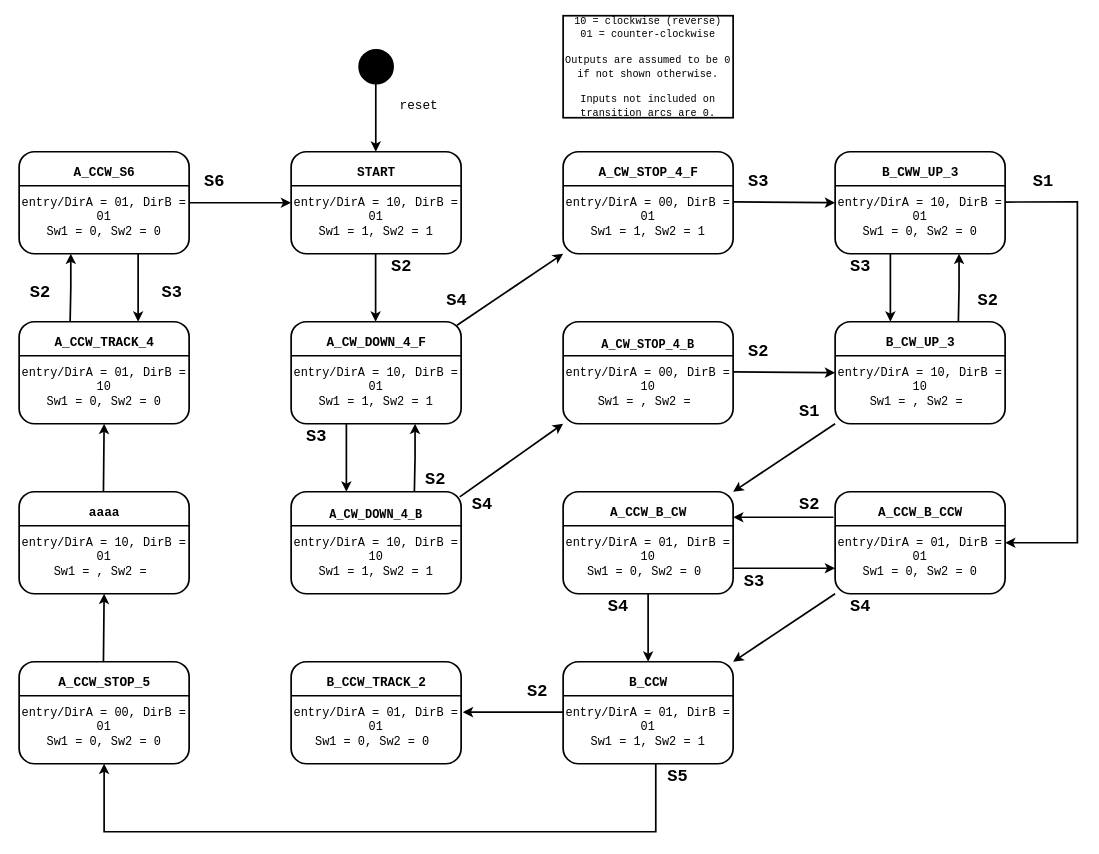
Before: page "Lab6PreLab" (4 of 4) of CS1301/Untitled Diagram.drawio in printjoshhere/CS1301, a draw.io diagram. Source tidied: cells renumbered, new cells numbered last; positions are measured from the earlier drawing's top-left corner, leaving out a move shared by most shapes. Both pictures are drawn from the tidied source at 85%, with x=0, y=0 at pixel (14, 15).
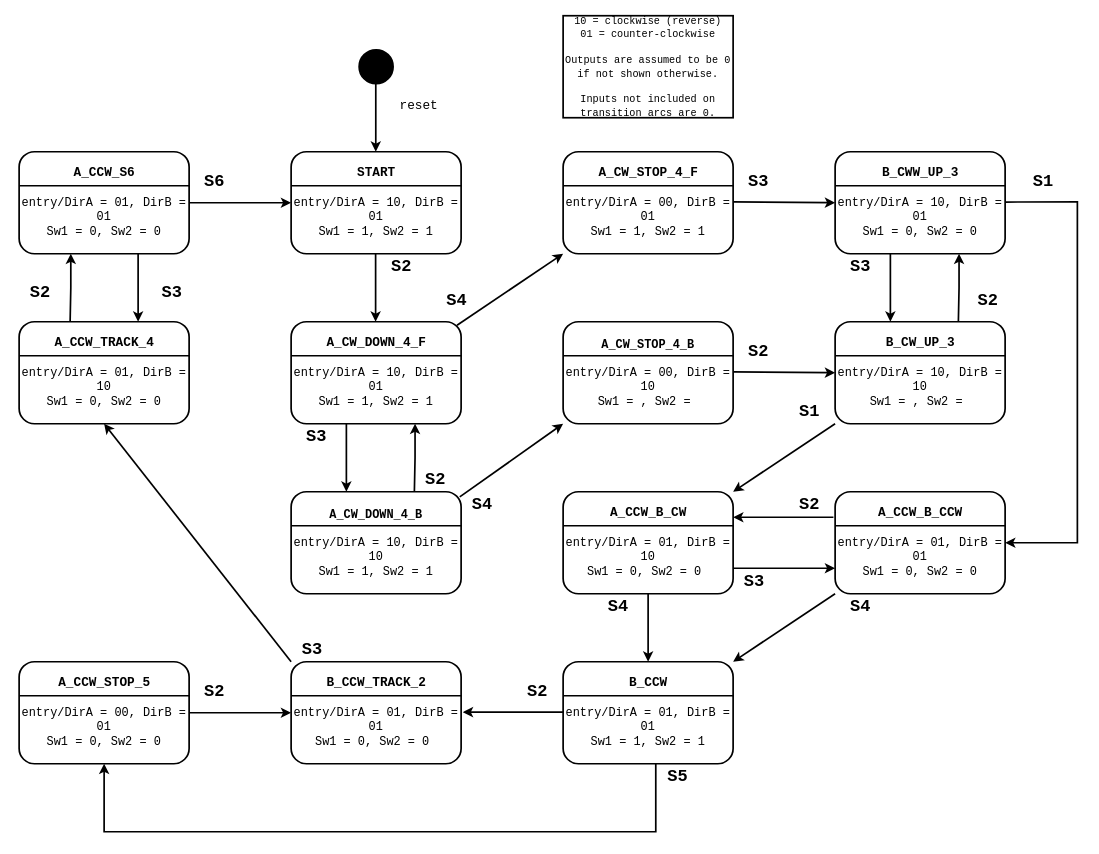
After the change.

Unchanged cells that the change refers to:
```xml
<mxCell id="15" value="&lt;font style=&quot;font-size: 14px;&quot; face=&quot;consolas&quot;&gt;&lt;br&gt;&lt;br&gt;&lt;br&gt;&lt;font style=&quot;font-size: 14px;&quot;&gt;entry/DirA = 01, DirB = 10&lt;/font&gt;&lt;br&gt;&lt;font style=&quot;font-size: 14px;&quot;&gt;Sw1 = 0, Sw2 = 0&lt;/font&gt;&lt;br&gt;&lt;span style=&quot;&quot;&gt;&amp;nbsp;&lt;/span&gt;&lt;/font&gt;" style="rounded=1;whiteSpace=wrap;html=1;strokeWidth=2;" parent="1" vertex="1">
  <mxGeometry x="5" y="360" width="200" height="120" as="geometry" />
</mxCell>
<mxCell id="24" value="&lt;font style=&quot;font-size: 14px;&quot; face=&quot;consolas&quot;&gt;&lt;br&gt;&lt;br&gt;&lt;br&gt;&lt;font style=&quot;font-size: 14px;&quot;&gt;entry/DirA = 01, DirB = 01&lt;/font&gt;&lt;br&gt;&lt;font style=&quot;font-size: 14px;&quot;&gt;Sw1 = 0, Sw2 = 0&amp;nbsp;&lt;/font&gt;&lt;br&gt;&lt;span style=&quot;&quot;&gt;&amp;nbsp;&lt;/span&gt;&lt;/font&gt;" style="rounded=1;whiteSpace=wrap;html=1;strokeWidth=2;" parent="1" vertex="1">
  <mxGeometry x="325" y="760" width="200" height="120" as="geometry" />
</mxCell>
```

Change to the diagram source:
```diff
@@
-    <mxCell id="21" value="&lt;font style=&quot;font-size: 14px;&quot; face=&quot;consolas&quot;&gt;&lt;br&gt;&lt;br&gt;&lt;br&gt;&lt;font style=&quot;font-size: 14px;&quot;&gt;entry/DirA = 10, DirB = 01&lt;/font&gt;&lt;br&gt;&lt;font style=&quot;font-size: 14px;&quot;&gt;Sw1 = , Sw2 =&amp;nbsp;&lt;/font&gt;&lt;br&gt;&lt;span style=&quot;&quot;&gt;&amp;nbsp;&lt;/span&gt;&lt;/font&gt;" style="rounded=1;whiteSpace=wrap;html=1;strokeWidth=2;" parent="1" vertex="1">
-      <mxGeometry x="5" y="560" width="200" height="120" as="geometry" />
-    </mxCell>
-    <mxCell id="22" style="endArrow=none;html=1;rounded=0;exitX=0;exitY=0.5;exitDx=0;exitDy=0;strokeWidth=2;" parent="1" edge="1">
-      <mxGeometry relative="1" as="geometry">
-        <mxPoint x="5" y="600" as="sourcePoint" />
-        <mxPoint x="205" y="600" as="targetPoint" />
-      </mxGeometry>
-    </mxCell>
-    <mxCell id="23" value="&lt;font size=&quot;1&quot; face=&quot;consolas&quot;&gt;&lt;b style=&quot;font-size: 15px;&quot;&gt;aaaa&lt;/b&gt;&lt;/font&gt;" style="text;html=1;align=center;verticalAlign=middle;strokeColor=none;fillColor=none;fontSize=14;" parent="1" vertex="1">
-      <mxGeometry x="75" y="570" width="60" height="30" as="geometry" />
-    </mxCell>
@@
-    <mxCell id="47" style="endArrow=classic;html=1;rounded=0;strokeWidth=2;fontSize=15;entryX=0.5;entryY=1;entryDx=0;entryDy=0;" parent="1" edge="1" target="15">
-      <mxGeometry relative="1" as="geometry">
-        <mxPoint x="104.2" y="560" as="sourcePoint" />
-      </mxGeometry>
-    </mxCell>
-    <mxCell id="48" style="endArrow=classic;html=1;rounded=0;strokeWidth=2;fontSize=15;entryX=0.5;entryY=1;entryDx=0;entryDy=0;" parent="1" edge="1">
-      <mxGeometry relative="1" as="geometry">
-        <mxPoint x="104.2" y="760" as="sourcePoint" />
-        <mxPoint x="105" y="680" as="targetPoint" />
-      </mxGeometry>
-    </mxCell>
@@
+    <mxCell id="92" style="endArrow=classic;html=1;rounded=0;strokeWidth=2;fontSize=15;entryX=0;entryY=0.5;entryDx=0;entryDy=0;" parent="1" edge="1" target="24">
+      <mxGeometry relative="1" as="geometry">
+        <mxPoint x="205" y="820" as="sourcePoint" />
+      </mxGeometry>
+    </mxCell>
+    <mxCell id="93" value="&lt;font style=&quot;font-size: 20px;&quot; face=&quot;consolas&quot;&gt;&lt;b&gt;S2&lt;/b&gt;&lt;/font&gt;" style="text;html=1;strokeColor=none;fillColor=none;align=center;verticalAlign=middle;whiteSpace=wrap;rounded=0;" parent="1" vertex="1">
+      <mxGeometry x="205" y="780" width="60" height="30" as="geometry" />
+    </mxCell>
+    <mxCell id="94" style="endArrow=classic;html=1;rounded=0;strokeWidth=2;fontSize=15;entryX=0.5;entryY=1;entryDx=0;entryDy=0;exitX=0;exitY=0;exitDx=0;exitDy=0;" parent="1" edge="1" source="24" target="15">
+      <mxGeometry relative="1" as="geometry" />
+    </mxCell>
+    <mxCell id="95" value="&lt;font face=&quot;consolas&quot;&gt;&lt;span style=&quot;font-size: 20px;&quot;&gt;&lt;b&gt;S3&lt;/b&gt;&lt;/span&gt;&lt;/font&gt;" style="text;html=1;strokeColor=none;fillColor=none;align=center;verticalAlign=middle;whiteSpace=wrap;rounded=0;" parent="1" vertex="1">
+      <mxGeometry x="320" y="730" width="60" height="30" as="geometry" />
+    </mxCell>
```
